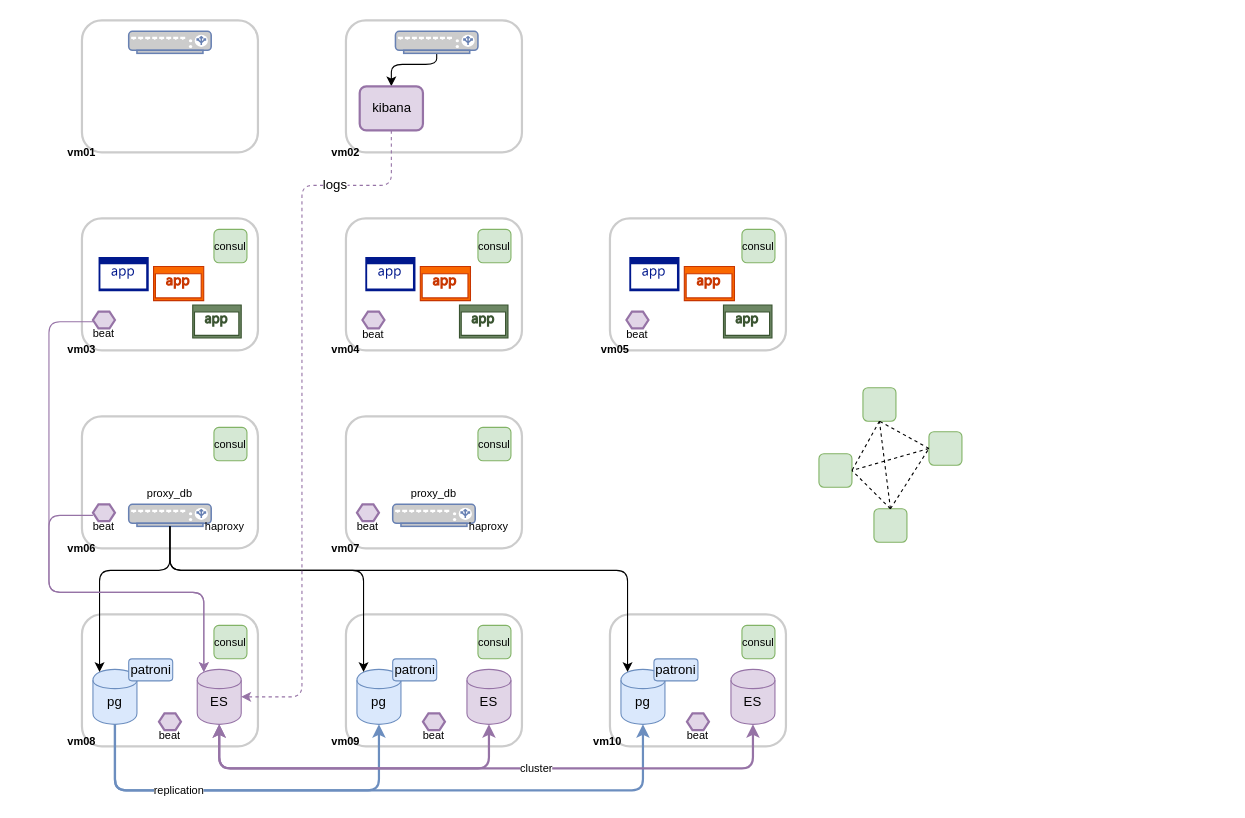
The draw.io diagram arch/deployment.drawio in Arnauld/schema, before the edit. Source tidied: cells renumbered, new cells numbered last; positions are measured from the earlier drawing's top-left corner, leaving out a move shared by most shapes. Both pictures are drawn from the tidied source at 110%, with x=0, y=0 at pixel (48, 20).
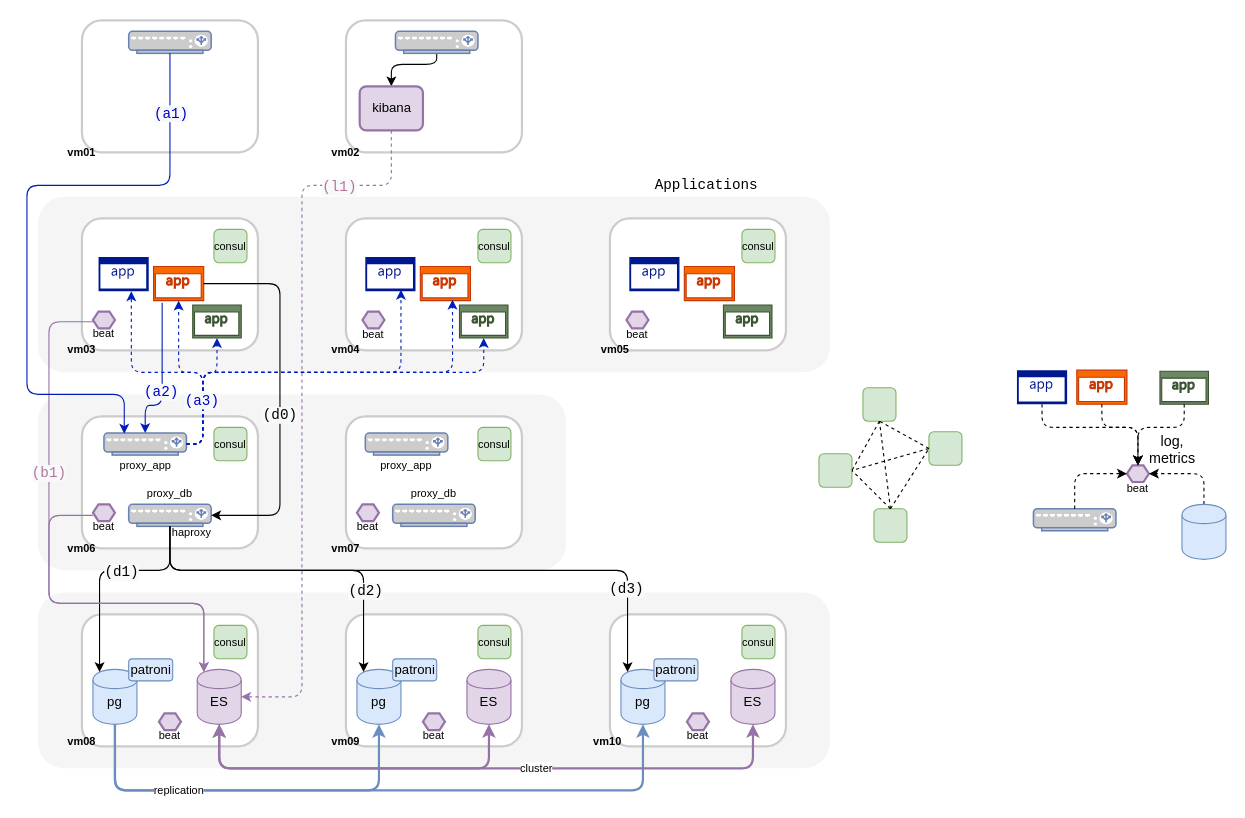
The same diagram, later.

Unchanged cells that the change refers to:
```xml
<mxCell id="22" style="shape=cylinder;whiteSpace=wrap;html=1;boundedLbl=1;backgroundOutline=1;fillColor=#e1d5e7;strokeColor=#9673a6;" parent="1" vertex="1">
  <mxGeometry x="134.8" y="590" width="40" height="50" as="geometry" />
</mxCell>
<mxCell id="28" style="fontColor=#0066CC;verticalAlign=top;verticalLabelPosition=bottom;labelPosition=center;align=center;html=1;outlineConnect=0;fillColor=#CCCCCC;strokeColor=#6881B3;gradientColor=none;gradientDirection=north;strokeWidth=2;shape=mxgraph.networks.load_balancer;" parent="1" vertex="1">
  <mxGeometry x="72.5" y="10" width="75" height="20" as="geometry" />
</mxCell>
<mxCell id="31" style="fontColor=#0066CC;verticalAlign=top;verticalLabelPosition=bottom;labelPosition=center;align=center;html=1;outlineConnect=0;fillColor=#CCCCCC;strokeColor=#6881B3;gradientColor=none;gradientDirection=north;strokeWidth=2;shape=mxgraph.networks.load_balancer;" parent="1" vertex="1">
  <mxGeometry x="72.5" y="440" width="75" height="20" as="geometry" />
</mxCell>
<mxCell id="34" style="shadow=0;dashed=0;html=1;strokeColor=#C73500;labelPosition=center;verticalLabelPosition=bottom;verticalAlign=top;align=center;fillColor=#fa6800;shape=mxgraph.mscae.enterprise.application;fontColor=#ffffff;" parent="1" vertex="1">
  <mxGeometry x="337.6" y="223.8" width="45.6" height="31" as="geometry" />
</mxCell>
<mxCell id="35" style="shadow=0;dashed=0;html=1;strokeColor=#3A5431;labelPosition=center;verticalLabelPosition=bottom;verticalAlign=top;align=center;fillColor=#6d8764;shape=mxgraph.mscae.enterprise.application;fontColor=#ffffff;" parent="1" vertex="1">
  <mxGeometry x="373.2" y="258.8" width="44.1" height="30" as="geometry" />
</mxCell>
<mxCell id="41" style="edgeStyle=elbowEdgeStyle;elbow=vertical;endArrow=classic;html=1;strokeColor=#000000;strokeWidth=1;entryX=0.15;entryY=0.05;entryDx=0;entryDy=0;entryPerimeter=0;" parent="1" edge="1" target="21">
  <mxGeometry relative="1" as="geometry">
    <mxPoint x="110" y="460" as="sourcePoint" />
    <Array as="points">
      <mxPoint x="80" y="500" />
    </Array>
  </mxGeometry>
</mxCell>
<mxCell id="42" style="edgeStyle=elbowEdgeStyle;elbow=vertical;endArrow=classic;html=1;strokeColor=#000000;strokeWidth=1;entryX=0.15;entryY=0.05;entryDx=0;entryDy=0;entryPerimeter=0;" parent="1" edge="1" source="31" target="18">
  <mxGeometry relative="1" as="geometry">
    <Array as="points">
      <mxPoint x="200" y="500" />
    </Array>
  </mxGeometry>
</mxCell>
<mxCell id="43" style="edgeStyle=elbowEdgeStyle;elbow=vertical;endArrow=classic;html=1;strokeColor=#000000;strokeWidth=1;entryX=0.15;entryY=0.05;entryDx=0;entryDy=0;entryPerimeter=0;" parent="1" edge="1" target="19">
  <mxGeometry relative="1" as="geometry">
    <mxPoint x="110" y="460" as="sourcePoint" />
    <Array as="points">
      <mxPoint x="320" y="500" />
    </Array>
  </mxGeometry>
</mxCell>
<mxCell id="77" value="beat" style="text;html=1;strokeColor=none;fillColor=none;align=center;verticalAlign=middle;whiteSpace=wrap;rounded=0;fontSize=10;" parent="1" vertex="1">
  <mxGeometry x="30" y="274" width="40" height="20" as="geometry" />
</mxCell>
<mxCell id="78" value="beat" style="text;html=1;strokeColor=none;fillColor=none;align=center;verticalAlign=middle;whiteSpace=wrap;rounded=0;fontSize=10;" parent="1" vertex="1">
  <mxGeometry x="30" y="450" width="40" height="20" as="geometry" />
</mxCell>
<mxCell id="87" style="shadow=0;dashed=0;html=1;strokeColor=none;labelPosition=center;verticalLabelPosition=bottom;verticalAlign=top;align=center;fillColor=#00188D;shape=mxgraph.mscae.enterprise.application;" parent="1" vertex="1">
  <mxGeometry x="45.1" y="215.2" width="45.6" height="31" as="geometry" />
</mxCell>
<mxCell id="88" style="shadow=0;dashed=0;html=1;strokeColor=#C73500;labelPosition=center;verticalLabelPosition=bottom;verticalAlign=top;align=center;fillColor=#fa6800;shape=mxgraph.mscae.enterprise.application;fontColor=#ffffff;" parent="1" vertex="1">
  <mxGeometry x="95.1" y="223.8" width="45.6" height="31" as="geometry" />
</mxCell>
<mxCell id="89" style="shadow=0;dashed=0;html=1;strokeColor=#3A5431;labelPosition=center;verticalLabelPosition=bottom;verticalAlign=top;align=center;fillColor=#6d8764;shape=mxgraph.mscae.enterprise.application;fontColor=#ffffff;" parent="1" vertex="1">
  <mxGeometry x="130.7" y="258.8" width="44.1" height="30" as="geometry" />
</mxCell>
<mxCell id="103" style="edgeStyle=orthogonalEdgeStyle;rounded=1;jettySize=auto;html=1;exitX=0.5;exitY=1;exitDx=0;exitDy=0;startArrow=none;startFill=0;strokeColor=#9673a6;strokeWidth=1;fontSize=10;fillColor=#e1d5e7;dashed=1;" parent="1" edge="1" source="105" target="55">
  <mxGeometry relative="1" as="geometry">
    <Array as="points">
      <mxPoint x="311" y="150" />
      <mxPoint x="230" y="150" />
      <mxPoint x="230" y="615" />
    </Array>
  </mxGeometry>
</mxCell>
```

Change to the diagram source:
```diff
@@
+    <mxCell id="111" style="rounded=1;whiteSpace=wrap;html=1;strokeColor=none;strokeWidth=2;fontFamily=Courier New;fontSize=13;fontColor=#333333;fillColor=#f5f5f5;" parent="1" vertex="1">
+      <mxGeometry x="-10" y="520.1" width="720" height="159.9" as="geometry" />
+    </mxCell>
+    <mxCell id="112" style="rounded=1;whiteSpace=wrap;html=1;strokeColor=none;strokeWidth=2;fontFamily=Courier New;fontSize=13;fontColor=#333333;fillColor=#f5f5f5;" parent="1" vertex="1">
+      <mxGeometry x="-10" y="340.1" width="480" height="159.9" as="geometry" />
+    </mxCell>
+    <mxCell id="113" style="rounded=1;whiteSpace=wrap;html=1;strokeColor=none;strokeWidth=2;fontFamily=Courier New;fontSize=13;fontColor=#333333;fillColor=#f5f5f5;" parent="1" vertex="1">
+      <mxGeometry x="-10" y="160.4" width="720" height="159.6" as="geometry" />
+    </mxCell>
@@
+    <mxCell id="114" value="&lt;span style=&quot;background-color: rgb(248 , 249 , 250)&quot;&gt;(d1)&lt;/span&gt;" style="edgeLabel;html=1;align=center;verticalAlign=middle;fontSize=13;fontFamily=Courier New;fontColor=#000000;" parent="41" vertex="1">
+      <mxGeometry x="-0.13" y="1" relative="1" as="geometry" />
+    </mxCell>
@@
+    <mxCell id="115" value="&lt;span style=&quot;background-color: rgb(248 , 249 , 250)&quot;&gt;(d2)&lt;/span&gt;" style="edgeLabel;html=1;align=center;verticalAlign=middle;fontSize=13;fontFamily=Courier New;fontColor=#000000;" parent="42" vertex="1">
+      <mxGeometry x="0.52" y="1" relative="1" as="geometry" />
+    </mxCell>
@@
+    <mxCell id="116" value="&lt;span style=&quot;background-color: rgb(248 , 249 , 250)&quot;&gt;(d3)&lt;/span&gt;" style="edgeLabel;html=1;align=center;verticalAlign=middle;fontSize=13;fontFamily=Courier New;fontColor=#000000;" parent="43" vertex="1">
+      <mxGeometry x="0.72" y="-2" relative="1" as="geometry" />
+    </mxCell>
@@
-    <mxCell id="67" value="haproxy" style="text;html=1;strokeColor=none;fillColor=none;align=center;verticalAlign=middle;whiteSpace=wrap;rounded=0;fontSize=10;" parent="1" vertex="1">
-      <mxGeometry x="380" y="450" width="40" height="20" as="geometry" />
-    </mxCell>
     <mxCell id="68" value="haproxy" style="text;html=1;strokeColor=none;fillColor=none;align=center;verticalAlign=middle;whiteSpace=wrap;rounded=0;fontSize=10;" parent="1" vertex="1">
-      <mxGeometry x="140" y="450" width="40" height="20" as="geometry" />
+      <mxGeometry x="110" y="455.2" width="40" height="20" as="geometry" />
     </mxCell>
@@
     <mxCell id="83" style="edgeStyle=segmentEdgeStyle;endArrow=classic;html=1;strokeColor=#9673a6;strokeWidth=1;fontSize=10;exitX=0.25;exitY=0;exitDx=0;exitDy=0;entryX=0.15;entryY=0.05;entryDx=0;entryDy=0;entryPerimeter=0;fillColor=#e1d5e7;" parent="1" edge="1" source="77" target="22">
       <mxGeometry relative="1" as="geometry">
         <Array as="points">
           <mxPoint y="274" />
-          <mxPoint y="520" />
-          <mxPoint x="141" y="520" />
+          <mxPoint y="530" />
+          <mxPoint x="141" y="530" />
         </Array>
       </mxGeometry>
     </mxCell>
+    <mxCell id="117" value="&lt;span style=&quot;color: rgb(181 , 115 , 157) ; background-color: rgb(248 , 249 , 250)&quot;&gt;(b1)&lt;/span&gt;" style="edgeLabel;html=1;align=center;verticalAlign=middle;fontSize=13;fontFamily=Courier New;fontColor=#000000;" parent="83" vertex="1">
+      <mxGeometry x="-0.29" y="-1" relative="1" as="geometry" />
+    </mxCell>
     <mxCell id="84" style="edgeStyle=segmentEdgeStyle;endArrow=classic;html=1;strokeColor=#9673a6;strokeWidth=1;fontSize=10;exitX=0.25;exitY=0;exitDx=0;exitDy=0;entryX=0.15;entryY=0.05;entryDx=0;entryDy=0;entryPerimeter=0;fillColor=#e1d5e7;" parent="1" edge="1" source="78" target="22">
       <mxGeometry relative="1" as="geometry">
         <Array as="points">
           <mxPoint y="450" />
-          <mxPoint y="520" />
-          <mxPoint x="141" y="520" />
+          <mxPoint y="530" />
+          <mxPoint x="141" y="530" />
         </Array>
       </mxGeometry>
     </mxCell>
@@
-    <mxCell id="104" value="logs" style="edgeLabel;html=1;align=center;verticalAlign=middle;fontSize=12;" parent="103" vertex="1">
-      <mxGeometry x="-0.85" y="-20" relative="1" as="geometry">
-        <mxPoint x="-31.3" y="0.6" as="offset" />
-      </mxGeometry>
-    </mxCell>
+    <mxCell id="118" value="&lt;span style=&quot;color: rgb(181 , 115 , 157) ; background-color: rgb(248 , 249 , 250)&quot;&gt;(l1)&lt;/span&gt;" style="edgeLabel;html=1;align=center;verticalAlign=middle;fontSize=13;fontFamily=Courier New;fontColor=#000000;" parent="103" vertex="1">
+      <mxGeometry x="-0.7" y="1" relative="1" as="geometry" />
+    </mxCell>
@@
+    <mxCell id="119" style="fontColor=#0066CC;verticalAlign=top;verticalLabelPosition=bottom;labelPosition=center;align=center;html=1;outlineConnect=0;fillColor=#CCCCCC;strokeColor=#6881B3;gradientColor=none;gradientDirection=north;strokeWidth=2;shape=mxgraph.networks.load_balancer;" parent="1" vertex="1">
+      <mxGeometry x="50" y="375.2" width="75" height="20" as="geometry" />
+    </mxCell>
+    <mxCell id="120" value="proxy_app" style="text;html=1;strokeColor=none;fillColor=none;align=center;verticalAlign=middle;whiteSpace=wrap;rounded=0;fontSize=10;" parent="1" vertex="1">
+      <mxGeometry x="67.5" y="394" width="40" height="20" as="geometry" />
+    </mxCell>
+    <mxCell id="121" style="fontColor=#0066CC;verticalAlign=top;verticalLabelPosition=bottom;labelPosition=center;align=center;html=1;fillColor=#CCCCCC;strokeColor=#6881B3;gradientColor=none;gradientDirection=north;strokeWidth=2;shape=mxgraph.networks.load_balancer;" parent="1" vertex="1">
+      <mxGeometry x="287.6" y="375.2" width="75" height="20" as="geometry" />
+    </mxCell>
+    <mxCell id="122" value="proxy_app" style="text;html=1;strokeColor=none;fillColor=none;align=center;verticalAlign=middle;whiteSpace=wrap;rounded=0;fontSize=10;" parent="1" vertex="1">
+      <mxGeometry x="305.1" y="394" width="40" height="20" as="geometry" />
+    </mxCell>
+    <mxCell id="123" style="edgeStyle=segmentEdgeStyle;endArrow=classic;html=1;strokeColor=#001DBC;strokeWidth=1;fontSize=6;exitX=1;exitY=0.5;exitDx=0;exitDy=0;exitPerimeter=0;entryX=0.653;entryY=1.004;entryDx=0;entryDy=0;entryPerimeter=0;labelBackgroundColor=none;fillColor=#0050ef;dashed=1;" parent="1" edge="1" source="119" target="87">
+      <mxGeometry relative="1" as="geometry">
+        <Array as="points">
+          <mxPoint x="140" y="385" />
+          <mxPoint x="140" y="320" />
+          <mxPoint x="75" y="320" />
+        </Array>
+      </mxGeometry>
+    </mxCell>
+    <mxCell id="124" style="edgeStyle=segmentEdgeStyle;endArrow=classic;html=1;strokeColor=#001DBC;strokeWidth=1;fontSize=6;exitX=1;exitY=0.5;exitDx=0;exitDy=0;exitPerimeter=0;entryX=0.5;entryY=1;entryDx=0;entryDy=0;entryPerimeter=0;labelBackgroundColor=none;fillColor=#0050ef;dashed=1;" parent="1" edge="1" source="119" target="88">
+      <mxGeometry relative="1" as="geometry">
+        <Array as="points">
+          <mxPoint x="140" y="385" />
+          <mxPoint x="140" y="320" />
+          <mxPoint x="118" y="320" />
+        </Array>
+      </mxGeometry>
+    </mxCell>
+    <mxCell id="125" style="edgeStyle=segmentEdgeStyle;endArrow=classic;html=1;strokeColor=#001DBC;strokeWidth=1;fontSize=6;exitX=1;exitY=0.5;exitDx=0;exitDy=0;exitPerimeter=0;entryX=0.5;entryY=1;entryDx=0;entryDy=0;entryPerimeter=0;labelBackgroundColor=none;fillColor=#0050ef;dashed=1;" parent="1" edge="1" source="119" target="89">
+      <mxGeometry relative="1" as="geometry">
+        <Array as="points">
+          <mxPoint x="140" y="385" />
+          <mxPoint x="140" y="320" />
+          <mxPoint x="153" y="320" />
+        </Array>
+      </mxGeometry>
+    </mxCell>
+    <mxCell id="126" style="edgeStyle=segmentEdgeStyle;endArrow=classic;html=1;strokeColor=#001DBC;strokeWidth=1;fontSize=6;exitX=1;exitY=0.5;exitDx=0;exitDy=0;exitPerimeter=0;labelBackgroundColor=none;fillColor=#0050ef;dashed=1;" parent="1" edge="1" source="119">
+      <mxGeometry relative="1" as="geometry">
+        <mxPoint x="320" y="245" as="targetPoint" />
+        <Array as="points">
+          <mxPoint x="140" y="385" />
+          <mxPoint x="140" y="320" />
+          <mxPoint x="320" y="320" />
+        </Array>
+      </mxGeometry>
+    </mxCell>
+    <mxCell id="127" style="edgeStyle=segmentEdgeStyle;endArrow=classic;html=1;strokeColor=#001DBC;strokeWidth=1;fontSize=6;exitX=1;exitY=0.5;exitDx=0;exitDy=0;exitPerimeter=0;entryX=0.642;entryY=0.972;entryDx=0;entryDy=0;entryPerimeter=0;labelBackgroundColor=none;fillColor=#0050ef;dashed=1;" parent="1" edge="1" source="119" target="34">
+      <mxGeometry relative="1" as="geometry">
+        <Array as="points">
+          <mxPoint x="140" y="385" />
+          <mxPoint x="140" y="320" />
+          <mxPoint x="367" y="320" />
+        </Array>
+      </mxGeometry>
+    </mxCell>
+    <mxCell id="128" style="edgeStyle=segmentEdgeStyle;endArrow=classic;html=1;strokeColor=#001DBC;strokeWidth=1;fontSize=6;exitX=1;exitY=0.5;exitDx=0;exitDy=0;exitPerimeter=0;entryX=0.5;entryY=1;entryDx=0;entryDy=0;entryPerimeter=0;labelBackgroundColor=none;fillColor=#0050ef;dashed=1;" parent="1" edge="1" source="119" target="35">
+      <mxGeometry relative="1" as="geometry">
+        <Array as="points">
+          <mxPoint x="140" y="385" />
+          <mxPoint x="140" y="320" />
+          <mxPoint x="395" y="320" />
+        </Array>
+      </mxGeometry>
+    </mxCell>
+    <mxCell id="129" value="&lt;span style=&quot;color: rgb(0 , 0 , 204) ; background-color: rgb(248 , 249 , 250)&quot;&gt;(a3)&lt;/span&gt;" style="edgeLabel;html=1;align=center;verticalAlign=middle;fontSize=13;fontFamily=Courier New;fontColor=#000000;" parent="128" vertex="1">
+      <mxGeometry x="-0.7" y="2" relative="1" as="geometry" />
+    </mxCell>
+    <mxCell id="130" style="shadow=0;dashed=0;html=1;strokeColor=none;labelPosition=center;verticalLabelPosition=bottom;verticalAlign=top;align=center;fillColor=#00188D;shape=mxgraph.mscae.enterprise.application;" parent="1" vertex="1">
+      <mxGeometry x="880" y="318" width="45.6" height="31" as="geometry" />
+    </mxCell>
+    <mxCell id="131" style="shadow=0;dashed=0;html=1;strokeColor=#C73500;labelPosition=center;verticalLabelPosition=bottom;verticalAlign=top;align=center;fillColor=#fa6800;shape=mxgraph.mscae.enterprise.application;fontColor=#ffffff;" parent="1" vertex="1">
+      <mxGeometry x="934.4" y="318" width="45.6" height="31" as="geometry" />
+    </mxCell>
+    <mxCell id="132" style="shadow=0;dashed=0;html=1;strokeColor=#3A5431;labelPosition=center;verticalLabelPosition=bottom;verticalAlign=top;align=center;fillColor=#6d8764;shape=mxgraph.mscae.enterprise.application;fontColor=#ffffff;" parent="1" vertex="1">
+      <mxGeometry x="1010" y="319" width="44.1" height="30" as="geometry" />
+    </mxCell>
+    <mxCell id="133" style="shape=hexagon;perimeter=hexagonPerimeter2;whiteSpace=wrap;html=1;strokeColor=#9673a6;strokeWidth=2;fontSize=10;fillColor=#e1d5e7;" parent="1" vertex="1">
+      <mxGeometry x="980" y="404.5" width="20" height="15.2" as="geometry" />
+    </mxCell>
+    <mxCell id="134" value="beat" style="text;html=1;strokeColor=none;fillColor=none;align=center;verticalAlign=middle;whiteSpace=wrap;rounded=0;fontSize=10;" parent="1" vertex="1">
+      <mxGeometry x="970" y="414.9" width="40" height="20" as="geometry" />
+    </mxCell>
+    <mxCell id="135" style="edgeStyle=segmentEdgeStyle;endArrow=classic;html=1;dashed=1;strokeColor=#000000;strokeWidth=1;fontSize=12;exitX=0.5;exitY=1;exitDx=0;exitDy=0;exitPerimeter=0;entryX=0.5;entryY=0;entryDx=0;entryDy=0;" parent="1" edge="1" source="131" target="133">
+      <mxGeometry relative="1" as="geometry">
+        <Array as="points">
+          <mxPoint x="957" y="370" />
+          <mxPoint x="990" y="370" />
+        </Array>
+      </mxGeometry>
+    </mxCell>
+    <mxCell id="136" style="edgeStyle=segmentEdgeStyle;endArrow=classic;html=1;dashed=1;strokeColor=#000000;strokeWidth=1;fontSize=12;exitX=0.5;exitY=1;exitDx=0;exitDy=0;exitPerimeter=0;entryX=0.5;entryY=0;entryDx=0;entryDy=0;" parent="1" edge="1" source="132" target="133">
+      <mxGeometry relative="1" as="geometry">
+        <Array as="points">
+          <mxPoint x="1032" y="370" />
+          <mxPoint x="990" y="370" />
+        </Array>
+      </mxGeometry>
+    </mxCell>
+    <mxCell id="137" value="log,&lt;br style=&quot;font-size: 13px;&quot;&gt;metrics" style="edgeLabel;html=1;align=center;verticalAlign=middle;fontSize=13;" parent="136" vertex="1">
+      <mxGeometry x="-0.04" relative="1" as="geometry">
+        <mxPoint x="13.9" y="19.2" as="offset" />
+      </mxGeometry>
+    </mxCell>
+    <mxCell id="138" style="edgeStyle=segmentEdgeStyle;endArrow=classic;html=1;dashed=1;strokeColor=#000000;strokeWidth=1;fontSize=12;exitX=0.5;exitY=1;exitDx=0;exitDy=0;exitPerimeter=0;entryX=0.5;entryY=0;entryDx=0;entryDy=0;" parent="1" edge="1" source="130" target="133">
+      <mxGeometry relative="1" as="geometry">
+        <Array as="points">
+          <mxPoint x="903" y="370" />
+          <mxPoint x="990" y="370" />
+        </Array>
+      </mxGeometry>
+    </mxCell>
+    <mxCell id="139" style="fontColor=#0066CC;verticalAlign=top;verticalLabelPosition=bottom;labelPosition=center;align=center;html=1;outlineConnect=0;fillColor=#CCCCCC;strokeColor=#6881B3;gradientColor=none;gradientDirection=north;strokeWidth=2;shape=mxgraph.networks.load_balancer;" parent="1" vertex="1">
+      <mxGeometry x="895" y="444" width="75" height="20" as="geometry" />
+    </mxCell>
+    <mxCell id="140" style="edgeStyle=orthogonalEdgeStyle;rounded=1;jettySize=auto;html=1;exitX=0.5;exitY=0;exitDx=0;exitDy=0;entryX=1;entryY=0.5;entryDx=0;entryDy=0;labelBackgroundColor=none;startArrow=none;startFill=0;strokeColor=#000000;strokeWidth=1;fontSize=6;dashed=1;" parent="1" edge="1" source="141" target="133">
+      <mxGeometry relative="1" as="geometry">
+        <Array as="points">
+          <mxPoint x="1050" y="412" />
+        </Array>
+      </mxGeometry>
+    </mxCell>
+    <mxCell id="141" style="shape=cylinder;whiteSpace=wrap;html=1;boundedLbl=1;backgroundOutline=1;fillColor=#dae8fc;strokeColor=#6c8ebf;" parent="1" vertex="1">
+      <mxGeometry x="1030" y="440" width="40" height="50" as="geometry" />
+    </mxCell>
+    <mxCell id="142" style="edgeStyle=orthogonalEdgeStyle;rounded=1;jettySize=auto;html=1;exitX=0.5;exitY=0;exitDx=0;exitDy=0;entryX=0;entryY=0.5;entryDx=0;entryDy=0;labelBackgroundColor=none;startArrow=none;startFill=0;strokeColor=#000000;strokeWidth=1;fontSize=6;dashed=1;exitPerimeter=0;" parent="1" edge="1" source="139" target="133">
+      <mxGeometry relative="1" as="geometry">
+        <Array as="points">
+          <mxPoint x="933" y="412" />
+        </Array>
+      </mxGeometry>
+    </mxCell>
+    <mxCell id="143" style="edgeStyle=segmentEdgeStyle;endArrow=classic;html=1;strokeColor=#001DBC;strokeWidth=1;fontSize=6;exitX=0.171;exitY=1.059;exitDx=0;exitDy=0;exitPerimeter=0;labelBackgroundColor=none;fillColor=#0050ef;entryX=0.5;entryY=0;entryDx=0;entryDy=0;entryPerimeter=0;" parent="1" edge="1" source="88" target="119">
+      <mxGeometry relative="1" as="geometry">
+        <Array as="points">
+          <mxPoint x="103" y="350" />
+          <mxPoint x="87" y="350" />
+        </Array>
+      </mxGeometry>
+    </mxCell>
+    <mxCell id="144" value="&lt;span style=&quot;color: rgb(0 , 0 , 204) ; background-color: rgb(248 , 249 , 250)&quot;&gt;(a2)&lt;/span&gt;" style="edgeLabel;html=1;align=center;verticalAlign=middle;fontSize=13;fontFamily=Courier New;fontColor=#000000;" parent="143" vertex="1">
+      <mxGeometry x="0.21" y="-1" relative="1" as="geometry" />
+    </mxCell>
+    <mxCell id="145" style="edgeStyle=segmentEdgeStyle;endArrow=classic;html=1;labelBackgroundColor=none;strokeColor=#001DBC;strokeWidth=1;fontSize=13;exitX=0.5;exitY=1;exitDx=0;exitDy=0;exitPerimeter=0;entryX=0.246;entryY=0.029;entryDx=0;entryDy=0;entryPerimeter=0;fillColor=#0050ef;" parent="1" edge="1" source="28" target="119">
+      <mxGeometry relative="1" as="geometry">
+        <Array as="points">
+          <mxPoint x="110" y="150" />
+          <mxPoint x="-20" y="150" />
+          <mxPoint x="-20" y="340" />
+          <mxPoint x="68" y="340" />
+        </Array>
+      </mxGeometry>
+    </mxCell>
+    <mxCell id="146" value="&lt;span style=&quot;color: rgb(0 , 0 , 204) ; background-color: rgb(248 , 249 , 250)&quot;&gt;(a1)&lt;/span&gt;" style="edgeLabel;html=1;align=center;verticalAlign=middle;fontSize=13;fontFamily=Courier New;fontColor=#000000;" parent="145" vertex="1">
+      <mxGeometry x="-0.81" relative="1" as="geometry" />
+    </mxCell>
+    <mxCell id="147" style="edgeStyle=segmentEdgeStyle;endArrow=classic;html=1;labelBackgroundColor=none;strokeColor=#000000;strokeWidth=1;fontFamily=Courier New;fontSize=13;fontColor=#B5739D;exitX=1;exitY=0.5;exitDx=0;exitDy=0;exitPerimeter=0;entryX=1;entryY=0.5;entryDx=0;entryDy=0;entryPerimeter=0;" parent="1" edge="1" source="88" target="31">
+      <mxGeometry relative="1" as="geometry">
+        <Array as="points">
+          <mxPoint x="210" y="239" />
+          <mxPoint x="210" y="450" />
+        </Array>
+      </mxGeometry>
+    </mxCell>
+    <mxCell id="148" value="&lt;span style=&quot;background-color: rgb(248 , 249 , 250)&quot;&gt;(d0)&lt;/span&gt;" style="edgeLabel;html=1;align=center;verticalAlign=middle;fontSize=13;fontFamily=Courier New;fontColor=#000000;" parent="147" vertex="1">
+      <mxGeometry x="0.1" y="-1" relative="1" as="geometry" />
+    </mxCell>
+    <mxCell id="149" value="Applications" style="text;html=1;strokeColor=none;fillColor=none;align=center;verticalAlign=middle;whiteSpace=wrap;rounded=0;fontFamily=Courier New;fontSize=13;fontColor=#000000;" parent="1" vertex="1">
+      <mxGeometry x="578" y="140" width="40" height="20" as="geometry" />
+    </mxCell>
```
